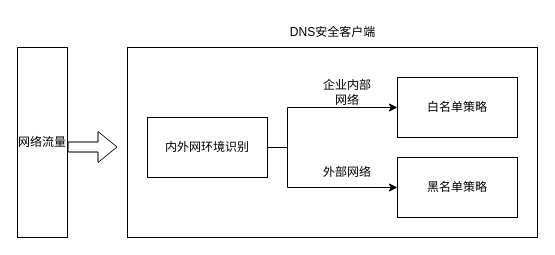
raingnight/Blog_Pic keeps this draw.io diagram as page "第 5 页" (5 of 7) of drawio/dns-windows-model.drawio. Above is the earlier version. Source tidied: cells renumbered, new cells numbered last; positions are measured from the earlier drawing's top-left corner, leaving out a move shared by most shapes. Both pictures are drawn from the tidied source at 100%, with x=0, y=0 at pixel (17, 17).
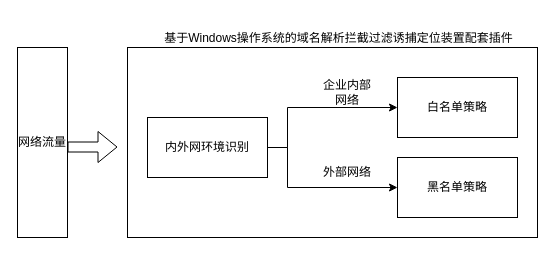
Above is the later version.

Diff of the diagram source:
```diff
@@
 <mxGraphModel>
   <root>
     <mxCell id="0" />
     <mxCell id="1" parent="0" />
     <mxCell id="2" style="rounded=0;whiteSpace=wrap;html=1;" parent="1" vertex="1">
       <mxGeometry x="110" y="30" width="410" height="190" as="geometry" />
     </mxCell>
     <mxCell id="3" style="edgeStyle=orthogonalEdgeStyle;rounded=0;jettySize=auto;html=1;exitX=1;exitY=0.5;exitDx=0;exitDy=0;entryX=0;entryY=0.5;entryDx=0;entryDy=0;" parent="1" edge="1" source="5" target="6">
       <mxGeometry relative="1" as="geometry">
         <Array as="points">
           <mxPoint x="270" y="130" />
           <mxPoint x="270" y="90" />
         </Array>
       </mxGeometry>
     </mxCell>
     <mxCell id="4" style="edgeStyle=orthogonalEdgeStyle;rounded=0;jettySize=auto;html=1;exitX=1;exitY=0.5;exitDx=0;exitDy=0;" parent="1" edge="1" source="5" target="7">
       <mxGeometry relative="1" as="geometry">
         <Array as="points">
           <mxPoint x="270" y="130" />
           <mxPoint x="270" y="170" />
         </Array>
       </mxGeometry>
     </mxCell>
     <mxCell id="5" value="内外网环境识别" style="rounded=0;whiteSpace=wrap;html=1;" parent="1" vertex="1">
       <mxGeometry x="130" y="100" width="120" height="60" as="geometry" />
     </mxCell>
     <mxCell id="6" value="白名单策略" style="rounded=0;whiteSpace=wrap;html=1;" parent="1" vertex="1">
       <mxGeometry x="380" y="60" width="120" height="60" as="geometry" />
     </mxCell>
     <mxCell id="7" value="黑名单策略" style="rounded=0;whiteSpace=wrap;html=1;" parent="1" vertex="1">
       <mxGeometry x="380" y="140" width="120" height="60" as="geometry" />
     </mxCell>
     <mxCell id="8" value="企业内部网络" style="text;html=1;strokeColor=none;fillColor=none;align=center;verticalAlign=middle;whiteSpace=wrap;rounded=0;" parent="1" vertex="1">
       <mxGeometry x="300" y="60" width="60" height="30" as="geometry" />
     </mxCell>
     <mxCell id="9" value="外部网络" style="text;html=1;strokeColor=none;fillColor=none;align=center;verticalAlign=middle;whiteSpace=wrap;rounded=0;" parent="1" vertex="1">
       <mxGeometry x="300" y="140" width="60" height="30" as="geometry" />
     </mxCell>
-    <mxCell id="10" value="DNS安全客户端" style="text;html=1;strokeColor=none;fillColor=none;align=center;verticalAlign=middle;whiteSpace=wrap;rounded=0;" parent="1" vertex="1">
-      <mxGeometry x="267.5" width="95" height="30" as="geometry" />
+    <mxCell id="10" value="基于Windows操作系统的域名解析拦截过滤诱捕定位装置配套插件" style="text;html=1;strokeColor=none;fillColor=none;align=center;verticalAlign=middle;whiteSpace=wrap;rounded=0;" parent="1" vertex="1">
+      <mxGeometry x="130" y="6" width="382.5" height="30" as="geometry" />
     </mxCell>
     <mxCell id="11" value="网络流量" style="rounded=0;whiteSpace=wrap;html=1;" parent="1" vertex="1">
       <mxGeometry y="30" width="50" height="190" as="geometry" />
     </mxCell>
     <mxCell id="12" style="shape=flexArrow;endArrow=classic;html=1;rounded=0;" parent="1" edge="1">
       <mxGeometry relative="1" as="geometry">
         <mxPoint x="50" y="129.5" as="sourcePoint" />
         <mxPoint x="100" y="129.5" as="targetPoint" />
       </mxGeometry>
     </mxCell>
   </root>
 </mxGraphModel>
```
